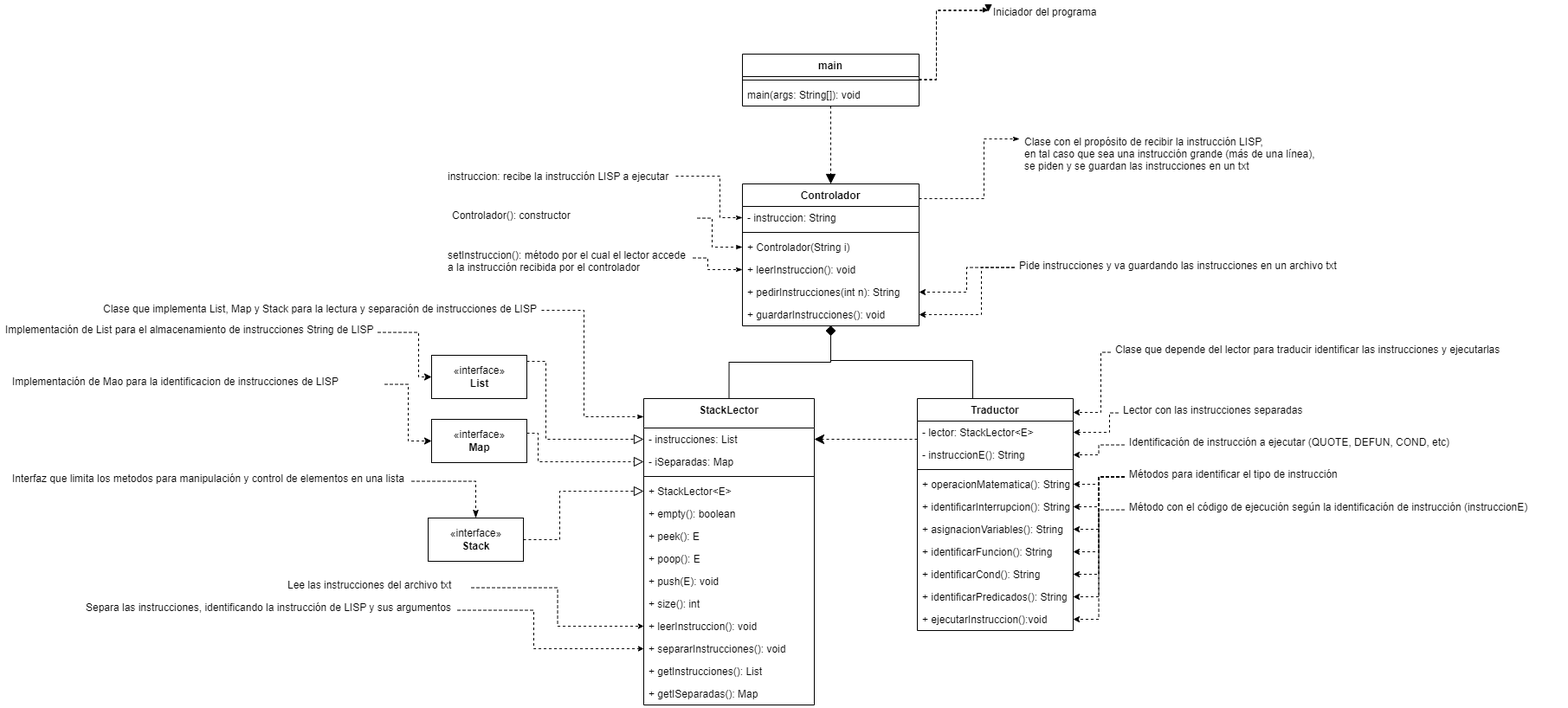
Above: Fase 1/Diagramas-Fase1.png in angelargd8/Proyecto-1-Estuctura (draw.io), before the change. Source tidied: cells renumbered, new cells last; positions are measured from the earlier drawing's top-left corner, leaving out a move shared by most shapes.
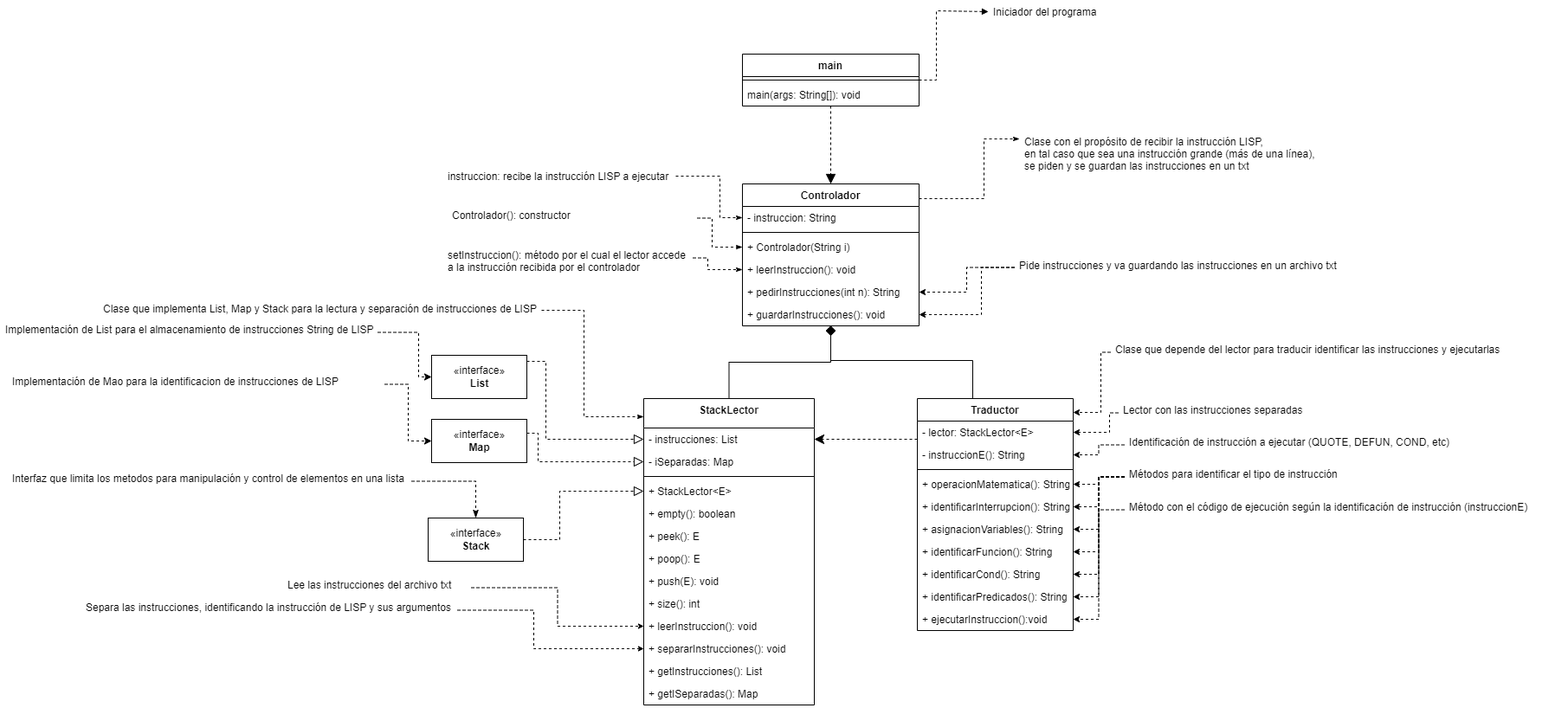
After the commit.

Diff of the diagram source:
```diff
@@ -141,7 +141,7 @@
     <mxCell id="34" style="edgeStyle=orthogonalEdgeStyle;rounded=0;jettySize=auto;html=1;entryX=0.5;entryY=0;entryDx=0;entryDy=0;dashed=1;strokeColor=default;endArrow=block;endFill=1;endSize=9;" parent="1" edge="1" source="36" target="7">
       <mxGeometry relative="1" as="geometry" />
     </mxCell>
-    <mxCell id="35" style="edgeStyle=orthogonalEdgeStyle;rounded=0;jettySize=auto;html=1;entryX=0;entryY=0.5;entryDx=0;entryDy=0;dashed=1;strokeColor=default;endArrow=block;endFill=1;" parent="1" edge="1" source="36" target="40">
+    <mxCell id="35" style="edgeStyle=orthogonalEdgeStyle;rounded=0;jettySize=auto;html=1;entryX=0;entryY=0.5;entryDx=0;entryDy=0;dashed=1;strokeColor=default;endArrow=block;endFill=1;endSize=5;" parent="1" edge="1" source="36" target="40">
       <mxGeometry relative="1" as="geometry">
         <Array as="points">
           <mxPoint x="1081" y="92" />
@@ -282,16 +282,6 @@
     <mxCell id="71" value="Pide instrucciones y va guardando las instrucciones en un archivo txt" style="text;strokeColor=none;fillColor=none;align=left;verticalAlign=top;spacingLeft=4;spacingRight=4;overflow=hidden;points=[[0,0.5],[1,0.5]];portConstraint=eastwest;" parent="1" vertex="1">
       <mxGeometry x="1171" y="293" width="382" height="31" as="geometry" />
     </mxCell>
-    <mxCell id="72" style="edgeStyle=orthogonalEdgeStyle;rounded=0;orthogonalLoop=1;jettySize=auto;html=1;entryX=0;entryY=0.5;entryDx=0;entryDy=0;dashed=1;strokeColor=default;endArrow=block;endFill=1;endSize=4;" parent="1" edge="1">
-      <mxGeometry relative="1" as="geometry">
-        <mxPoint x="1061" y="91" as="sourcePoint" />
-        <mxPoint x="1141" y="12" as="targetPoint" />
-        <Array as="points">
-          <mxPoint x="1081" y="91" />
-          <mxPoint x="1081" y="11" />
-        </Array>
-      </mxGeometry>
-    </mxCell>
     <mxCell id="73" style="edgeStyle=orthogonalEdgeStyle;rounded=0;jettySize=auto;html=1;dashed=1;strokeColor=default;strokeWidth=1;endArrow=classic;endFill=1;startSize=5;endSize=5;" parent="1" edge="1" source="74" target="17">
       <mxGeometry relative="1" as="geometry">
         <Array as="points">
```
